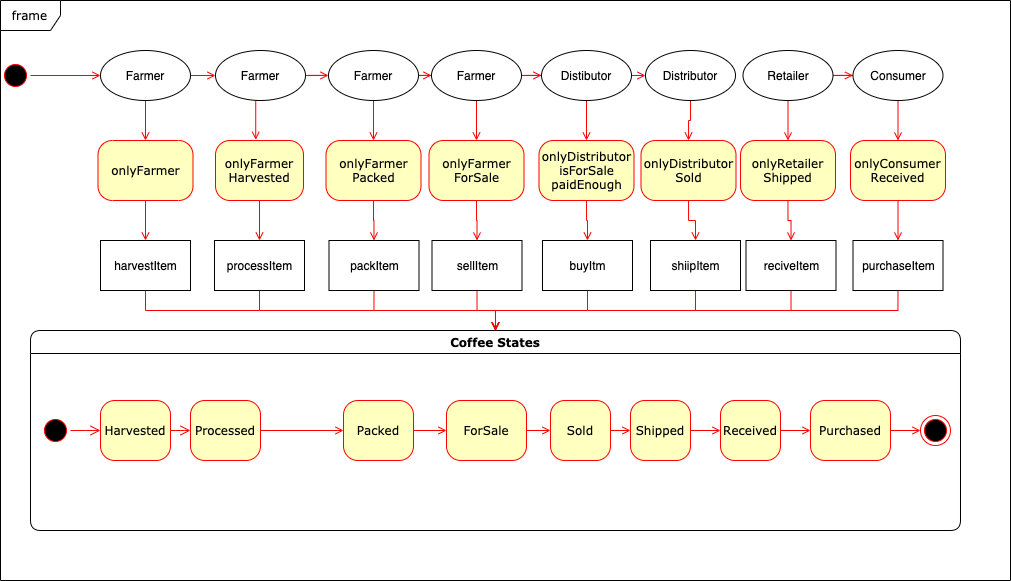
Before: images/state-diagram.png, a diagram exported from draw.io (bartosz-lipinski/supplychain-mgmt). Source tidied: cells renumbered, new cells last; positions are measured from the earlier drawing's top-left corner, leaving out a move shared by most shapes.
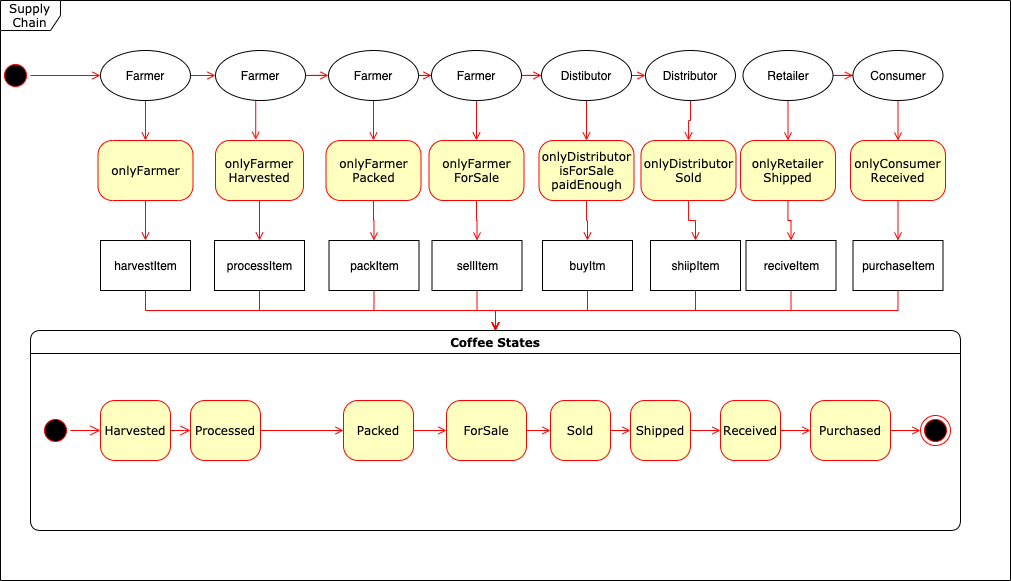
Above is the later version.

What changed in the source:
```diff
@@ -2,7 +2,7 @@
   <root>
     <mxCell id="0" />
     <mxCell id="1" parent="0" />
-    <mxCell id="2" value="frame" style="shape=umlFrame;whiteSpace=wrap;html=1;rounded=1;shadow=0;comic=0;labelBackgroundColor=none;strokeWidth=1;fontFamily=Verdana;fontSize=12;align=center;" parent="1" vertex="1">
+    <mxCell id="2" value="Supply Chain" style="shape=umlFrame;whiteSpace=wrap;html=1;rounded=1;shadow=0;comic=0;labelBackgroundColor=none;strokeWidth=1;fontFamily=Verdana;fontSize=12;align=center;" parent="1" vertex="1">
       <mxGeometry width="1010" height="580" as="geometry" />
     </mxCell>
     <mxCell id="3" style="edgeStyle=orthogonalEdgeStyle;rounded=0;jettySize=auto;html=1;exitX=0.5;exitY=0;exitDx=0;exitDy=0;endArrow=open;endFill=0;strokeColor=#FF0000;" parent="1" edge="1" source="4" target="28">
```
